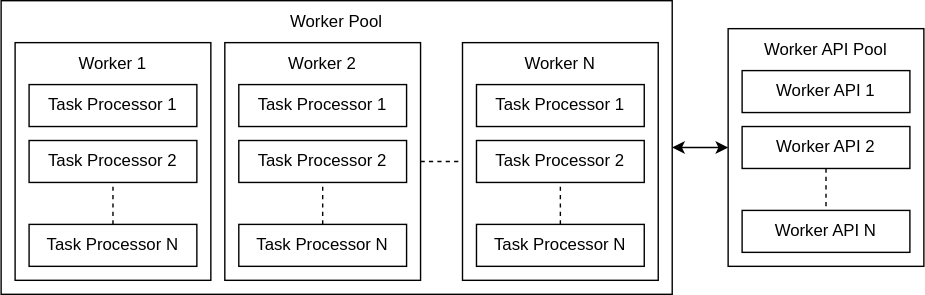
Before: images/system_architecture.svg, a diagram exported from draw.io (oneofthezombies/distributed-worker-demo). Source tidied: cells renumbered, new cells last; positions are measured from the earlier drawing's top-left corner, leaving out a move shared by most shapes. Source of this version:
```xml
<mxGraphModel>
  <root>
    <mxCell id="0" />
    <mxCell id="1" parent="0" />
    <mxCell id="2" style="edgeStyle=orthogonalEdgeStyle;rounded=0;jettySize=auto;html=1;exitX=1;exitY=0.5;exitDx=0;exitDy=0;entryX=0;entryY=0.5;entryDx=0;entryDy=0;startArrow=classic;startFill=1;" parent="1" edge="1" source="3" target="24">
      <mxGeometry relative="1" as="geometry" />
    </mxCell>
    <mxCell id="3" style="rounded=0;whiteSpace=wrap;html=1;" parent="1" vertex="1">
      <mxGeometry width="480" height="210" as="geometry" />
    </mxCell>
    <mxCell id="4" style="rounded=0;whiteSpace=wrap;html=1;" parent="1" vertex="1">
      <mxGeometry x="10" y="30" width="140" height="170" as="geometry" />
    </mxCell>
    <mxCell id="5" value="Task Processor 1" style="rounded=0;whiteSpace=wrap;html=1;" parent="1" vertex="1">
      <mxGeometry x="20" y="60" width="120" height="30" as="geometry" />
    </mxCell>
    <mxCell id="6" value="Worker 1" style="text;html=1;align=center;verticalAlign=middle;whiteSpace=wrap;rounded=0;labelPosition=center;verticalLabelPosition=middle;" parent="1" vertex="1">
      <mxGeometry x="10" y="30" width="140" height="30" as="geometry" />
    </mxCell>
    <mxCell id="7" value="Task Processor 2" style="rounded=0;whiteSpace=wrap;html=1;" parent="1" vertex="1">
      <mxGeometry x="20" y="100" width="120" height="30" as="geometry" />
    </mxCell>
    <mxCell id="8" value="Task Processor N" style="rounded=0;whiteSpace=wrap;html=1;" parent="1" vertex="1">
      <mxGeometry x="20" y="160" width="120" height="30" as="geometry" />
    </mxCell>
    <mxCell id="9" style="endArrow=none;dashed=1;html=1;rounded=0;entryX=0.5;entryY=1;entryDx=0;entryDy=0;exitX=0.5;exitY=0;exitDx=0;exitDy=0;" parent="1" edge="1" source="8" target="7">
      <mxGeometry relative="1" as="geometry" />
    </mxCell>
    <mxCell id="10" style="edgeStyle=orthogonalEdgeStyle;rounded=0;jettySize=auto;html=1;exitX=1;exitY=0.5;exitDx=0;exitDy=0;entryX=0;entryY=0.5;entryDx=0;entryDy=0;endArrow=none;endFill=0;dashed=1;" parent="1" edge="1" source="11" target="17">
      <mxGeometry relative="1" as="geometry" />
    </mxCell>
    <mxCell id="11" style="rounded=0;whiteSpace=wrap;html=1;" parent="1" vertex="1">
      <mxGeometry x="160" y="30" width="140" height="170" as="geometry" />
    </mxCell>
    <mxCell id="12" value="Task Processor 1" style="rounded=0;whiteSpace=wrap;html=1;" parent="1" vertex="1">
      <mxGeometry x="170" y="60" width="120" height="30" as="geometry" />
    </mxCell>
    <mxCell id="13" value="Worker 2" style="text;html=1;align=center;verticalAlign=middle;whiteSpace=wrap;rounded=0;labelPosition=center;verticalLabelPosition=middle;" parent="1" vertex="1">
      <mxGeometry x="160" y="30" width="140" height="30" as="geometry" />
    </mxCell>
    <mxCell id="14" value="Task Processor 2" style="rounded=0;whiteSpace=wrap;html=1;" parent="1" vertex="1">
      <mxGeometry x="170" y="100" width="120" height="30" as="geometry" />
    </mxCell>
    <mxCell id="15" value="Task Processor N" style="rounded=0;whiteSpace=wrap;html=1;" parent="1" vertex="1">
      <mxGeometry x="170" y="160" width="120" height="30" as="geometry" />
    </mxCell>
    <mxCell id="16" style="endArrow=none;dashed=1;html=1;rounded=0;entryX=0.5;entryY=1;entryDx=0;entryDy=0;exitX=0.5;exitY=0;exitDx=0;exitDy=0;" parent="1" edge="1" source="15" target="14">
      <mxGeometry relative="1" as="geometry" />
    </mxCell>
    <mxCell id="17" style="rounded=0;whiteSpace=wrap;html=1;" parent="1" vertex="1">
      <mxGeometry x="330" y="30" width="140" height="170" as="geometry" />
    </mxCell>
    <mxCell id="18" value="Task Processor 1" style="rounded=0;whiteSpace=wrap;html=1;" parent="1" vertex="1">
      <mxGeometry x="340" y="60" width="120" height="30" as="geometry" />
    </mxCell>
    <mxCell id="19" value="Worker N" style="text;html=1;align=center;verticalAlign=middle;whiteSpace=wrap;rounded=0;labelPosition=center;verticalLabelPosition=middle;" parent="1" vertex="1">
      <mxGeometry x="330" y="30" width="140" height="30" as="geometry" />
    </mxCell>
    <mxCell id="20" value="Task Processor 2" style="rounded=0;whiteSpace=wrap;html=1;" parent="1" vertex="1">
      <mxGeometry x="340" y="100" width="120" height="30" as="geometry" />
    </mxCell>
    <mxCell id="21" value="Task Processor N" style="rounded=0;whiteSpace=wrap;html=1;" parent="1" vertex="1">
      <mxGeometry x="340" y="160" width="120" height="30" as="geometry" />
    </mxCell>
    <mxCell id="22" style="endArrow=none;dashed=1;html=1;rounded=0;entryX=0.5;entryY=1;entryDx=0;entryDy=0;exitX=0.5;exitY=0;exitDx=0;exitDy=0;" parent="1" edge="1" source="21" target="20">
      <mxGeometry relative="1" as="geometry" />
    </mxCell>
    <mxCell id="23" value="Worker Pool" style="text;html=1;align=center;verticalAlign=middle;whiteSpace=wrap;rounded=0;" parent="1" vertex="1">
      <mxGeometry width="480" height="30" as="geometry" />
    </mxCell>
    <mxCell id="24" style="rounded=0;whiteSpace=wrap;html=1;" parent="1" vertex="1">
      <mxGeometry x="520" y="20" width="140" height="170" as="geometry" />
    </mxCell>
    <mxCell id="25" value="Worker API Pool" style="text;html=1;align=center;verticalAlign=middle;whiteSpace=wrap;rounded=0;" parent="1" vertex="1">
      <mxGeometry x="520" y="20" width="140" height="30" as="geometry" />
    </mxCell>
    <mxCell id="26" value="Worker API 1" style="rounded=0;whiteSpace=wrap;html=1;" parent="1" vertex="1">
      <mxGeometry x="530" y="50" width="120" height="30" as="geometry" />
    </mxCell>
    <mxCell id="27" style="edgeStyle=orthogonalEdgeStyle;rounded=0;jettySize=auto;html=1;exitX=0.5;exitY=1;exitDx=0;exitDy=0;entryX=0.5;entryY=0;entryDx=0;entryDy=0;endArrow=none;endFill=0;dashed=1;" parent="1" edge="1" source="28" target="29">
      <mxGeometry relative="1" as="geometry" />
    </mxCell>
    <mxCell id="28" value="Worker API 2" style="rounded=0;whiteSpace=wrap;html=1;" parent="1" vertex="1">
      <mxGeometry x="530" y="90" width="120" height="30" as="geometry" />
    </mxCell>
    <mxCell id="29" value="Worker API N" style="rounded=0;whiteSpace=wrap;html=1;" parent="1" vertex="1">
      <mxGeometry x="530" y="150" width="120" height="30" as="geometry" />
    </mxCell>
  </root>
</mxGraphModel>
```
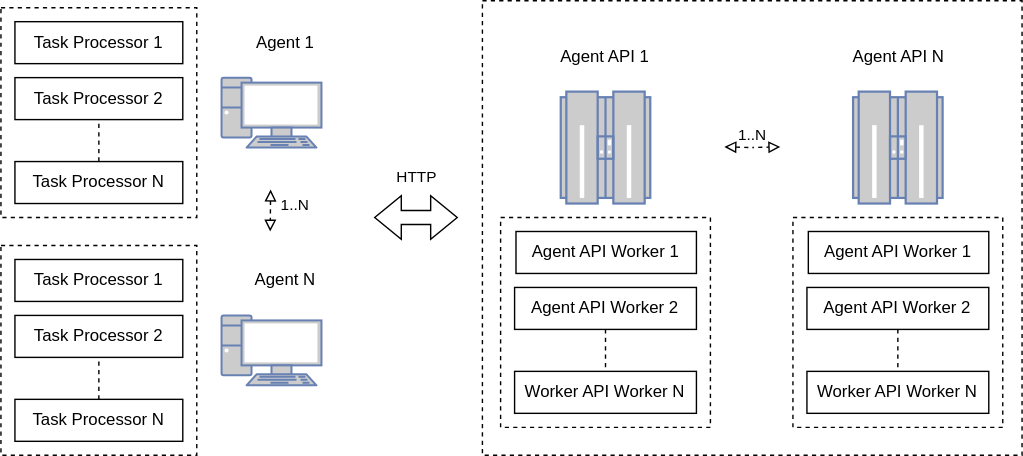
The same file after the commit.

Diff of the diagram source:
```diff
@@ -2,89 +2,125 @@
   <root>
     <mxCell id="0" />
     <mxCell id="1" parent="0" />
-    <mxCell id="2" style="edgeStyle=orthogonalEdgeStyle;rounded=0;jettySize=auto;html=1;exitX=1;exitY=0.5;exitDx=0;exitDy=0;entryX=0;entryY=0.5;entryDx=0;entryDy=0;startArrow=classic;startFill=1;" parent="1" edge="1" source="3" target="24">
-      <mxGeometry relative="1" as="geometry" />
-    </mxCell>
-    <mxCell id="3" style="rounded=0;whiteSpace=wrap;html=1;" parent="1" vertex="1">
-      <mxGeometry width="480" height="210" as="geometry" />
-    </mxCell>
+    <mxCell id="30" style="rounded=0;whiteSpace=wrap;html=1;dashed=1;fillColor=none;" parent="1" vertex="1">
+      <mxGeometry x="424.2" y="-375" width="385.8" height="325" as="geometry" />
+    </mxCell>
-    <mxCell id="4" style="rounded=0;whiteSpace=wrap;html=1;" parent="1" vertex="1">
-      <mxGeometry x="10" y="30" width="140" height="170" as="geometry" />
+    <mxCell id="4" style="rounded=0;whiteSpace=wrap;html=1;dashed=1;" parent="1" vertex="1">
+      <mxGeometry x="80" y="-370" width="140" height="150" as="geometry" />
     </mxCell>
     <mxCell id="5" value="Task Processor 1" style="rounded=0;whiteSpace=wrap;html=1;" parent="1" vertex="1">
-      <mxGeometry x="20" y="60" width="120" height="30" as="geometry" />
+      <mxGeometry x="90" y="-360" width="120" height="30" as="geometry" />
     </mxCell>
-    <mxCell id="6" value="Worker 1" style="text;html=1;align=center;verticalAlign=middle;whiteSpace=wrap;rounded=0;labelPosition=center;verticalLabelPosition=middle;" parent="1" vertex="1">
-      <mxGeometry x="10" y="30" width="140" height="30" as="geometry" />
+    <mxCell id="6" value="Agent 1" style="text;html=1;align=center;verticalAlign=middle;whiteSpace=wrap;rounded=0;labelPosition=center;verticalLabelPosition=middle;" parent="1" vertex="1">
+      <mxGeometry x="220" y="-360" width="126.7" height="30" as="geometry" />
     </mxCell>
     <mxCell id="7" value="Task Processor 2" style="rounded=0;whiteSpace=wrap;html=1;" parent="1" vertex="1">
-      <mxGeometry x="20" y="100" width="120" height="30" as="geometry" />
+      <mxGeometry x="90" y="-320" width="120" height="30" as="geometry" />
     </mxCell>
     <mxCell id="8" value="Task Processor N" style="rounded=0;whiteSpace=wrap;html=1;" parent="1" vertex="1">
-      <mxGeometry x="20" y="160" width="120" height="30" as="geometry" />
+      <mxGeometry x="90" y="-260" width="120" height="30" as="geometry" />
     </mxCell>
     <mxCell id="9" style="endArrow=none;dashed=1;html=1;rounded=0;entryX=0.5;entryY=1;entryDx=0;entryDy=0;exitX=0.5;exitY=0;exitDx=0;exitDy=0;" parent="1" edge="1" source="8" target="7">
       <mxGeometry relative="1" as="geometry" />
     </mxCell>
-    <mxCell id="10" style="edgeStyle=orthogonalEdgeStyle;rounded=0;jettySize=auto;html=1;exitX=1;exitY=0.5;exitDx=0;exitDy=0;entryX=0;entryY=0.5;entryDx=0;entryDy=0;endArrow=none;endFill=0;dashed=1;" parent="1" edge="1" source="11" target="17">
-      <mxGeometry relative="1" as="geometry" />
-    </mxCell>
-    <mxCell id="11" style="rounded=0;whiteSpace=wrap;html=1;" parent="1" vertex="1">
-      <mxGeometry x="160" y="30" width="140" height="170" as="geometry" />
-    </mxCell>
-    <mxCell id="12" value="Task Processor 1" style="rounded=0;whiteSpace=wrap;html=1;" parent="1" vertex="1">
-      <mxGeometry x="170" y="60" width="120" height="30" as="geometry" />
-    </mxCell>
-    <mxCell id="13" value="Worker 2" style="text;html=1;align=center;verticalAlign=middle;whiteSpace=wrap;rounded=0;labelPosition=center;verticalLabelPosition=middle;" parent="1" vertex="1">
-      <mxGeometry x="160" y="30" width="140" height="30" as="geometry" />
-    </mxCell>
-    <mxCell id="14" value="Task Processor 2" style="rounded=0;whiteSpace=wrap;html=1;" parent="1" vertex="1">
-      <mxGeometry x="170" y="100" width="120" height="30" as="geometry" />
-    </mxCell>
-    <mxCell id="15" value="Task Processor N" style="rounded=0;whiteSpace=wrap;html=1;" parent="1" vertex="1">
-      <mxGeometry x="170" y="160" width="120" height="30" as="geometry" />
-    </mxCell>
-    <mxCell id="16" style="endArrow=none;dashed=1;html=1;rounded=0;entryX=0.5;entryY=1;entryDx=0;entryDy=0;exitX=0.5;exitY=0;exitDx=0;exitDy=0;" parent="1" edge="1" source="15" target="14">
-      <mxGeometry relative="1" as="geometry" />
-    </mxCell>
-    <mxCell id="17" style="rounded=0;whiteSpace=wrap;html=1;" parent="1" vertex="1">
-      <mxGeometry x="330" y="30" width="140" height="170" as="geometry" />
-    </mxCell>
-    <mxCell id="18" value="Task Processor 1" style="rounded=0;whiteSpace=wrap;html=1;" parent="1" vertex="1">
-      <mxGeometry x="340" y="60" width="120" height="30" as="geometry" />
-    </mxCell>
-    <mxCell id="19" value="Worker N" style="text;html=1;align=center;verticalAlign=middle;whiteSpace=wrap;rounded=0;labelPosition=center;verticalLabelPosition=middle;" parent="1" vertex="1">
-      <mxGeometry x="330" y="30" width="140" height="30" as="geometry" />
-    </mxCell>
-    <mxCell id="20" value="Task Processor 2" style="rounded=0;whiteSpace=wrap;html=1;" parent="1" vertex="1">
-      <mxGeometry x="340" y="100" width="120" height="30" as="geometry" />
-    </mxCell>
-    <mxCell id="21" value="Task Processor N" style="rounded=0;whiteSpace=wrap;html=1;" parent="1" vertex="1">
-      <mxGeometry x="340" y="160" width="120" height="30" as="geometry" />
-    </mxCell>
-    <mxCell id="22" style="endArrow=none;dashed=1;html=1;rounded=0;entryX=0.5;entryY=1;entryDx=0;entryDy=0;exitX=0.5;exitY=0;exitDx=0;exitDy=0;" parent="1" edge="1" source="21" target="20">
-      <mxGeometry relative="1" as="geometry" />
-    </mxCell>
-    <mxCell id="23" value="Worker Pool" style="text;html=1;align=center;verticalAlign=middle;whiteSpace=wrap;rounded=0;" parent="1" vertex="1">
-      <mxGeometry width="480" height="30" as="geometry" />
-    </mxCell>
-    <mxCell id="24" style="rounded=0;whiteSpace=wrap;html=1;" parent="1" vertex="1">
-      <mxGeometry x="520" y="20" width="140" height="170" as="geometry" />
+    <mxCell id="24" style="rounded=0;whiteSpace=wrap;html=1;dashed=1;" parent="1" vertex="1">
+      <mxGeometry x="437.2" y="-220" width="150" height="150" as="geometry" />
     </mxCell>
-    <mxCell id="25" value="Worker API Pool" style="text;html=1;align=center;verticalAlign=middle;whiteSpace=wrap;rounded=0;" parent="1" vertex="1">
-      <mxGeometry x="520" y="20" width="140" height="30" as="geometry" />
+    <mxCell id="25" value="Agent API&amp;nbsp;&lt;span style=&quot;background-color: initial;&quot;&gt;1&lt;/span&gt;" style="text;html=1;align=center;verticalAlign=middle;whiteSpace=wrap;rounded=0;" parent="1" vertex="1">
+      <mxGeometry x="436.7" y="-350" width="150" height="30" as="geometry" />
     </mxCell>
-    <mxCell id="26" value="Worker API 1" style="rounded=0;whiteSpace=wrap;html=1;" parent="1" vertex="1">
-      <mxGeometry x="530" y="50" width="120" height="30" as="geometry" />
+    <mxCell id="26" value="Agent API Worker 1" style="rounded=0;whiteSpace=wrap;html=1;" parent="1" vertex="1">
+      <mxGeometry x="448.2" y="-210" width="129" height="30" as="geometry" />
     </mxCell>
     <mxCell id="27" style="edgeStyle=orthogonalEdgeStyle;rounded=0;jettySize=auto;html=1;exitX=0.5;exitY=1;exitDx=0;exitDy=0;entryX=0.5;entryY=0;entryDx=0;entryDy=0;endArrow=none;endFill=0;dashed=1;" parent="1" edge="1" source="28" target="29">
       <mxGeometry relative="1" as="geometry" />
     </mxCell>
-    <mxCell id="28" value="Worker API 2" style="rounded=0;whiteSpace=wrap;html=1;" parent="1" vertex="1">
-      <mxGeometry x="530" y="90" width="120" height="30" as="geometry" />
+    <mxCell id="28" value="Agent API Worker 2" style="rounded=0;whiteSpace=wrap;html=1;" parent="1" vertex="1">
+      <mxGeometry x="447.2" y="-170" width="130" height="30" as="geometry" />
     </mxCell>
-    <mxCell id="29" value="Worker API N" style="rounded=0;whiteSpace=wrap;html=1;" parent="1" vertex="1">
-      <mxGeometry x="530" y="150" width="120" height="30" as="geometry" />
+    <mxCell id="29" value="Worker API Worker N" style="rounded=0;whiteSpace=wrap;html=1;" parent="1" vertex="1">
+      <mxGeometry x="447.2" y="-110" width="130" height="30" as="geometry" />
     </mxCell>
+    <mxCell id="31" style="edgeStyle=orthogonalEdgeStyle;rounded=0;orthogonalLoop=1;jettySize=auto;html=1;endArrow=block;endFill=0;dashed=1;startArrow=block;startFill=0;" parent="1" edge="1">
+      <mxGeometry relative="1" as="geometry">
+        <mxPoint x="272.8" y="-240" as="sourcePoint" />
+        <mxPoint x="272.5" y="-210" as="targetPoint" />
+      </mxGeometry>
+    </mxCell>
+    <mxCell id="32" value="1..N" style="edgeLabel;html=1;align=center;verticalAlign=middle;" parent="31" vertex="1">
+      <mxGeometry x="-0.02" y="9" relative="1" as="geometry">
+        <mxPoint x="8" y="-5" as="offset" />
+      </mxGeometry>
+    </mxCell>
+    <mxCell id="33" style="fontColor=#0066CC;verticalAlign=top;verticalLabelPosition=bottom;labelPosition=center;align=center;html=1;fillColor=#CCCCCC;strokeColor=#6881B3;gradientColor=none;gradientDirection=north;strokeWidth=2;shape=mxgraph.networks.pc;" parent="1" vertex="1">
+      <mxGeometry x="237.7" y="-320" width="71.4" height="50" as="geometry" />
+    </mxCell>
+    <mxCell id="34" style="fontColor=#0066CC;verticalAlign=top;verticalLabelPosition=bottom;labelPosition=center;align=center;html=1;fillColor=#CCCCCC;strokeColor=#6881B3;gradientColor=none;gradientDirection=north;strokeWidth=2;shape=mxgraph.networks.mainframe;" parent="1" vertex="1">
+      <mxGeometry x="480.2" y="-310" width="64" height="80" as="geometry" />
+    </mxCell>
+    <mxCell id="35" style="shape=flexArrow;endArrow=classic;startArrow=classic;html=1;rounded=0;" parent="1" edge="1">
+      <mxGeometry relative="1" as="geometry">
+        <mxPoint x="346.7" y="-220" as="sourcePoint" />
+        <mxPoint x="406.7" y="-220" as="targetPoint" />
+      </mxGeometry>
+    </mxCell>
+    <mxCell id="36" value="HTTP" style="edgeLabel;html=1;align=center;verticalAlign=middle;" parent="35" vertex="1">
+      <mxGeometry x="-0.03" y="-2" relative="1" as="geometry">
+        <mxPoint x="1" y="-32" as="offset" />
+      </mxGeometry>
+    </mxCell>
+    <mxCell id="37" value="Agent API N" style="text;html=1;align=center;verticalAlign=middle;whiteSpace=wrap;rounded=0;" parent="1" vertex="1">
+      <mxGeometry x="646.7" y="-350" width="150" height="30" as="geometry" />
+    </mxCell>
+    <mxCell id="38" style="fontColor=#0066CC;verticalAlign=top;verticalLabelPosition=bottom;labelPosition=center;align=center;html=1;fillColor=#CCCCCC;strokeColor=#6881B3;gradientColor=none;gradientDirection=north;strokeWidth=2;shape=mxgraph.networks.mainframe;" parent="1" vertex="1">
+      <mxGeometry x="689.2" y="-310" width="64" height="80" as="geometry" />
+    </mxCell>
+    <mxCell id="39" style="edgeStyle=orthogonalEdgeStyle;rounded=0;orthogonalLoop=1;jettySize=auto;html=1;endArrow=block;endFill=0;dashed=1;startArrow=block;startFill=0;" parent="1" edge="1">
+      <mxGeometry relative="1" as="geometry">
+        <mxPoint x="597.2" y="-270.5" as="sourcePoint" />
+        <mxPoint x="637.2" y="-270.5" as="targetPoint" />
+      </mxGeometry>
+    </mxCell>
+    <mxCell id="40" value="1..N" style="edgeLabel;html=1;align=center;verticalAlign=middle;" parent="39" vertex="1">
+      <mxGeometry x="-0.02" y="9" relative="1" as="geometry">
+        <mxPoint x="-2" y="-19" as="offset" />
+      </mxGeometry>
+    </mxCell>
+    <mxCell id="41" style="rounded=0;whiteSpace=wrap;html=1;dashed=1;" parent="1" vertex="1">
+      <mxGeometry x="80" y="-200" width="140" height="150" as="geometry" />
+    </mxCell>
+    <mxCell id="42" value="Task Processor 1" style="rounded=0;whiteSpace=wrap;html=1;" parent="1" vertex="1">
+      <mxGeometry x="90" y="-190" width="120" height="30" as="geometry" />
+    </mxCell>
+    <mxCell id="43" value="Agent N" style="text;html=1;align=center;verticalAlign=middle;whiteSpace=wrap;rounded=0;labelPosition=center;verticalLabelPosition=middle;" parent="1" vertex="1">
+      <mxGeometry x="220" y="-190" width="126.7" height="30" as="geometry" />
+    </mxCell>
+    <mxCell id="44" value="Task Processor 2" style="rounded=0;whiteSpace=wrap;html=1;" parent="1" vertex="1">
+      <mxGeometry x="90" y="-150" width="120" height="30" as="geometry" />
+    </mxCell>
+    <mxCell id="45" value="Task Processor N" style="rounded=0;whiteSpace=wrap;html=1;" parent="1" vertex="1">
+      <mxGeometry x="90" y="-90" width="120" height="30" as="geometry" />
+    </mxCell>
+    <mxCell id="46" style="endArrow=none;dashed=1;html=1;rounded=0;entryX=0.5;entryY=1;entryDx=0;entryDy=0;exitX=0.5;exitY=0;exitDx=0;exitDy=0;" parent="1" edge="1" source="45" target="44">
+      <mxGeometry relative="1" as="geometry" />
+    </mxCell>
+    <mxCell id="47" style="fontColor=#0066CC;verticalAlign=top;verticalLabelPosition=bottom;labelPosition=center;align=center;html=1;fillColor=#CCCCCC;strokeColor=#6881B3;gradientColor=none;gradientDirection=north;strokeWidth=2;shape=mxgraph.networks.pc;" parent="1" vertex="1">
+      <mxGeometry x="237.7" y="-150" width="71.4" height="50" as="geometry" />
+    </mxCell>
+    <mxCell id="48" style="rounded=0;whiteSpace=wrap;html=1;dashed=1;" parent="1" vertex="1">
+      <mxGeometry x="646.2" y="-220" width="150" height="150" as="geometry" />
+    </mxCell>
+    <mxCell id="49" value="Agent API Worker 1" style="rounded=0;whiteSpace=wrap;html=1;" parent="1" vertex="1">
+      <mxGeometry x="657.2" y="-210" width="129" height="30" as="geometry" />
+    </mxCell>
+    <mxCell id="50" style="edgeStyle=orthogonalEdgeStyle;rounded=0;jettySize=auto;html=1;exitX=0.5;exitY=1;exitDx=0;exitDy=0;entryX=0.5;entryY=0;entryDx=0;entryDy=0;endArrow=none;endFill=0;dashed=1;" parent="1" edge="1" source="51" target="52">
+      <mxGeometry relative="1" as="geometry" />
+    </mxCell>
+    <mxCell id="51" value="Agent API Worker 2" style="rounded=0;whiteSpace=wrap;html=1;" parent="1" vertex="1">
+      <mxGeometry x="656.2" y="-170" width="130" height="30" as="geometry" />
+    </mxCell>
+    <mxCell id="52" value="Worker API Worker N" style="rounded=0;whiteSpace=wrap;html=1;" parent="1" vertex="1">
+      <mxGeometry x="656.2" y="-110" width="130" height="30" as="geometry" />
+    </mxCell>
   </root>
 </mxGraphModel>
```
